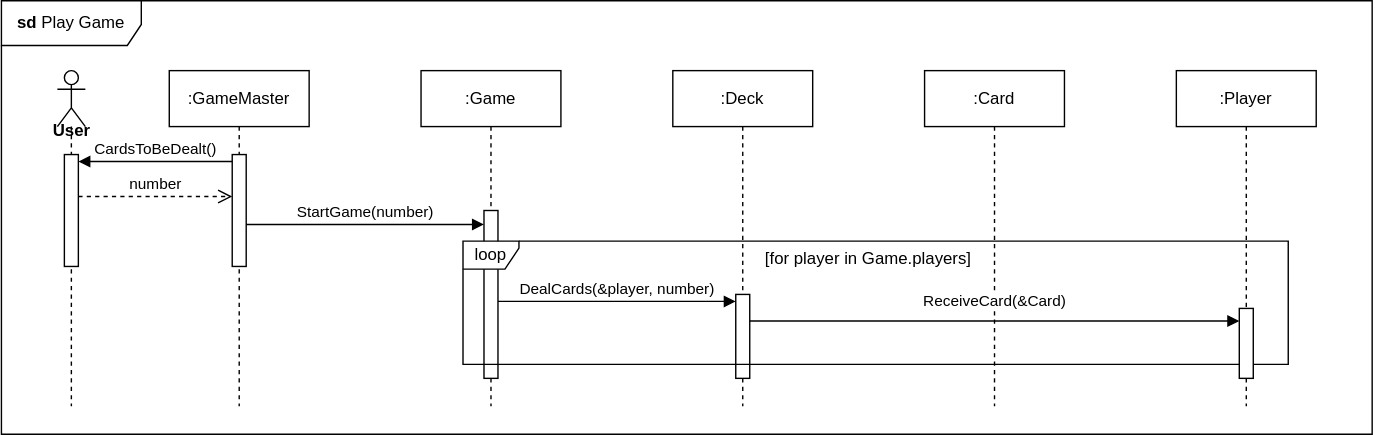
The draw.io diagram assets/sd Play Game.drawio.svg in Morsianeren/DeifExercisePublic, before a commit. Source tidied: cells renumbered, new cells last; positions are measured from the earlier drawing's top-left corner, leaving out a move shared by most shapes. Its diagram source:
```xml
<mxGraphModel>
  <root>
    <mxCell id="0" />
    <mxCell id="1" parent="0" />
    <mxCell id="2" value=":Game" style="shape=umlLifeline;perimeter=lifelinePerimeter;whiteSpace=wrap;html=1;newEdgeStyle={&quot;edgeStyle&quot;:&quot;elbowEdgeStyle&quot;,&quot;elbow&quot;:&quot;vertical&quot;,&quot;curved&quot;:0,&quot;rounded&quot;:0};" parent="1" vertex="1">
      <mxGeometry x="300" y="50" width="100" height="240" as="geometry" />
    </mxCell>
    <mxCell id="3" value=":Player" style="shape=umlLifeline;perimeter=lifelinePerimeter;whiteSpace=wrap;html=1;newEdgeStyle={&quot;edgeStyle&quot;:&quot;elbowEdgeStyle&quot;,&quot;elbow&quot;:&quot;vertical&quot;,&quot;curved&quot;:0,&quot;rounded&quot;:0};" parent="1" vertex="1">
      <mxGeometry x="840" y="50" width="100" height="240" as="geometry" />
    </mxCell>
    <mxCell id="4" style="html=1;points=[[0,0,0,0,5],[0,1,0,0,-5],[1,0,0,0,5],[1,1,0,0,-5]];perimeter=orthogonalPerimeter;outlineConnect=0;targetShapes=umlLifeline;portConstraint=eastwest;newEdgeStyle={&quot;curved&quot;:0,&quot;rounded&quot;:0};" parent="3" vertex="1">
      <mxGeometry x="-495" y="100" width="10" height="120" as="geometry" />
    </mxCell>
    <mxCell id="5" value=":Deck" style="shape=umlLifeline;perimeter=lifelinePerimeter;whiteSpace=wrap;html=1;outlineConnect=0;portConstraint=eastwest;newEdgeStyle={&quot;edgeStyle&quot;:&quot;elbowEdgeStyle&quot;,&quot;elbow&quot;:&quot;vertical&quot;,&quot;curved&quot;:0,&quot;rounded&quot;:0};" parent="1" vertex="1">
      <mxGeometry x="480" y="50" width="100" height="240" as="geometry" />
    </mxCell>
    <mxCell id="6" value=":Card" style="shape=umlLifeline;perimeter=lifelinePerimeter;whiteSpace=wrap;html=1;newEdgeStyle={&quot;edgeStyle&quot;:&quot;elbowEdgeStyle&quot;,&quot;elbow&quot;:&quot;vertical&quot;,&quot;curved&quot;:0,&quot;rounded&quot;:0};" parent="1" vertex="1">
      <mxGeometry x="660" y="50" width="100" height="240" as="geometry" />
    </mxCell>
    <mxCell id="7" style="html=1;points=[[0,0,0,0,5],[0,1,0,0,-5],[1,0,0,0,5],[1,1,0,0,-5]];perimeter=orthogonalPerimeter;outlineConnect=0;targetShapes=umlLifeline;portConstraint=eastwest;newEdgeStyle={&quot;curved&quot;:0,&quot;rounded&quot;:0};" parent="6" vertex="1">
      <mxGeometry x="-135" y="160" width="10" height="60" as="geometry" />
    </mxCell>
    <mxCell id="8" value=":GameMaster" style="shape=umlLifeline;perimeter=lifelinePerimeter;whiteSpace=wrap;html=1;outlineConnect=0;portConstraint=eastwest;newEdgeStyle={&quot;curved&quot;:0,&quot;rounded&quot;:0};" parent="1" vertex="1">
      <mxGeometry x="120" y="50" width="100" height="240" as="geometry" />
    </mxCell>
    <mxCell id="9" style="html=1;points=[[0,0,0,0,5],[0,1,0,0,-5],[1,0,0,0,5],[1,1,0,0,-5]];perimeter=orthogonalPerimeter;outlineConnect=0;targetShapes=umlLifeline;portConstraint=eastwest;newEdgeStyle={&quot;curved&quot;:0,&quot;rounded&quot;:0};" parent="8" vertex="1">
      <mxGeometry x="45" y="60" width="10" height="80" as="geometry" />
    </mxCell>
    <mxCell id="10" style="shape=umlLifeline;perimeter=lifelinePerimeter;whiteSpace=wrap;html=1;outlineConnect=0;portConstraint=eastwest;newEdgeStyle={&quot;curved&quot;:0,&quot;rounded&quot;:0};participant=umlActor;" parent="1" vertex="1">
      <mxGeometry x="40" y="50" width="20" height="240" as="geometry" />
    </mxCell>
    <mxCell id="11" style="html=1;points=[[0,0,0,0,5],[0,1,0,0,-5],[1,0,0,0,5],[1,1,0,0,-5]];perimeter=orthogonalPerimeter;outlineConnect=0;targetShapes=umlLifeline;portConstraint=eastwest;newEdgeStyle={&quot;curved&quot;:0,&quot;rounded&quot;:0};" parent="10" vertex="1">
      <mxGeometry x="5" y="60" width="10" height="80" as="geometry" />
    </mxCell>
    <mxCell id="12" value="User" style="text;align=center;fontStyle=1;verticalAlign=middle;spacingLeft=3;spacingRight=3;strokeColor=none;points=[[0,0.5],[1,0.5]];portConstraint=eastwest;html=1;" parent="1" vertex="1">
      <mxGeometry x="10" y="80" width="80" height="26" as="geometry" />
    </mxCell>
    <mxCell id="13" value="number" style="html=1;verticalAlign=bottom;endArrow=open;dashed=1;endSize=8;curved=0;rounded=0;" parent="1" edge="1">
      <mxGeometry relative="1" as="geometry">
        <mxPoint x="55" y="140" as="sourcePoint" />
        <mxPoint x="165" y="140" as="targetPoint" />
      </mxGeometry>
    </mxCell>
    <mxCell id="14" value="CardsToBeDealt()" style="html=1;verticalAlign=bottom;endArrow=block;curved=0;rounded=0;exitX=0;exitY=0;exitDx=0;exitDy=5;exitPerimeter=0;entryX=1;entryY=0;entryDx=0;entryDy=5;entryPerimeter=0;" parent="1" edge="1" source="9" target="11">
      <mxGeometry relative="1" as="geometry" />
    </mxCell>
    <mxCell id="15" value="StartGame(number)" style="html=1;verticalAlign=bottom;endArrow=block;curved=0;rounded=0;" parent="1" edge="1" target="4">
      <mxGeometry relative="1" as="geometry">
        <mxPoint x="175" y="160" as="sourcePoint" />
      </mxGeometry>
    </mxCell>
    <mxCell id="16" value="DealCards(&amp;amp;player, number)" style="html=1;verticalAlign=bottom;endArrow=block;curved=0;rounded=0;entryX=0;entryY=0;entryDx=0;entryDy=5;" parent="1" edge="1" source="4" target="7">
      <mxGeometry relative="1" as="geometry" />
    </mxCell>
    <mxCell id="17" style="group;" parent="1" vertex="1">
      <mxGeometry x="330" y="170" width="590" height="130" as="geometry" />
    </mxCell>
    <mxCell id="18" value="loop" style="shape=umlFrame;whiteSpace=wrap;html=1;width=40;height=20;" parent="17" vertex="1">
      <mxGeometry y="1.9" width="590" height="88.1" as="geometry" />
    </mxCell>
    <mxCell id="19" value="[for player in Game.players]" style="text;html=1;align=center;verticalAlign=middle;whiteSpace=wrap;rounded=0;" parent="17" vertex="1">
      <mxGeometry x="200" y="10" width="180" height="9.3" as="geometry" />
    </mxCell>
    <mxCell id="20" style="html=1;perimeter=orthogonalPerimeter;targetShapes=umlLifeline;newEdgeStyle={&quot;curved&quot;:0,&quot;rounded&quot;:0};" parent="17" vertex="1">
      <mxGeometry x="555" y="50" width="10" height="50" as="geometry" />
    </mxCell>
    <mxCell id="21" value="ReceiveCard(&amp;amp;Card)" style="html=1;verticalAlign=bottom;endArrow=block;curved=0;rounded=0;entryX=0;entryY=0;entryDx=0;entryDy=5;" parent="1" edge="1">
      <mxGeometry y="5" relative="1" as="geometry">
        <mxPoint x="535" y="229" as="sourcePoint" />
        <mxPoint x="885" y="229" as="targetPoint" />
      </mxGeometry>
    </mxCell>
    <mxCell id="22" value="&lt;b&gt;sd&lt;/b&gt;&amp;nbsp;Play Game" style="shape=umlFrame;whiteSpace=wrap;html=1;width=100;height=32;" parent="1" vertex="1">
      <mxGeometry width="980" height="310" as="geometry" />
    </mxCell>
  </root>
</mxGraphModel>
```
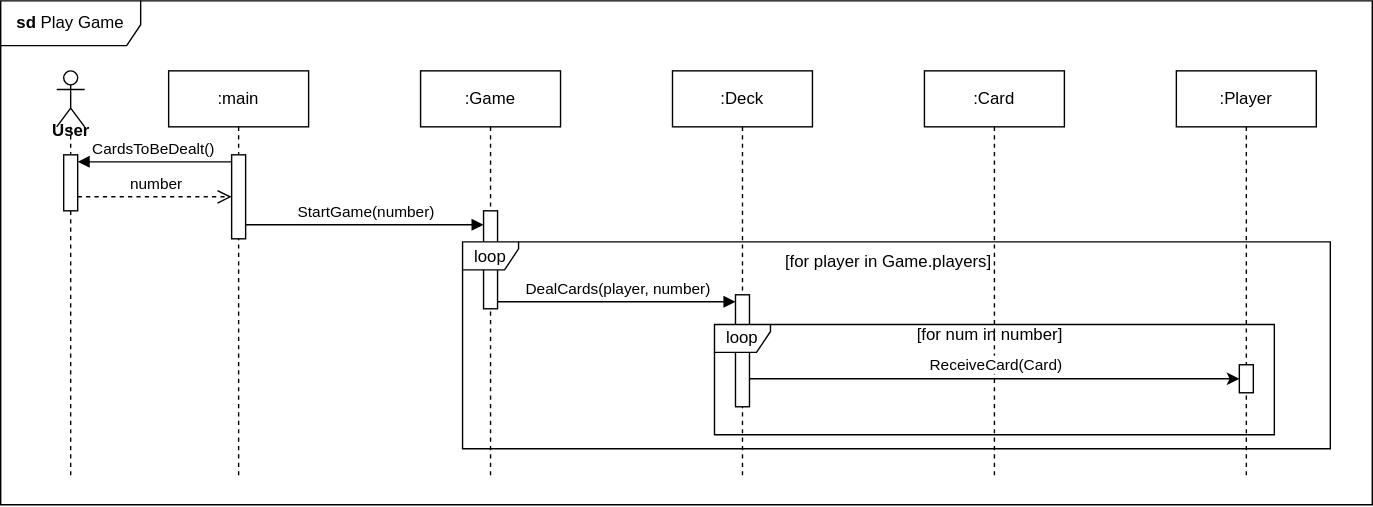
Above is the later version.

The edit, as a diff of the source:
```diff
@@ -3,75 +3,86 @@
     <mxCell id="0" />
     <mxCell id="1" parent="0" />
     <mxCell id="2" value=":Game" style="shape=umlLifeline;perimeter=lifelinePerimeter;whiteSpace=wrap;html=1;newEdgeStyle={&quot;edgeStyle&quot;:&quot;elbowEdgeStyle&quot;,&quot;elbow&quot;:&quot;vertical&quot;,&quot;curved&quot;:0,&quot;rounded&quot;:0};" parent="1" vertex="1">
-      <mxGeometry x="300" y="50" width="100" height="240" as="geometry" />
+      <mxGeometry x="300" y="50" width="100" height="290" as="geometry" />
     </mxCell>
     <mxCell id="3" value=":Player" style="shape=umlLifeline;perimeter=lifelinePerimeter;whiteSpace=wrap;html=1;newEdgeStyle={&quot;edgeStyle&quot;:&quot;elbowEdgeStyle&quot;,&quot;elbow&quot;:&quot;vertical&quot;,&quot;curved&quot;:0,&quot;rounded&quot;:0};" parent="1" vertex="1">
-      <mxGeometry x="840" y="50" width="100" height="240" as="geometry" />
+      <mxGeometry x="840" y="50" width="100" height="290" as="geometry" />
     </mxCell>
     <mxCell id="4" style="html=1;points=[[0,0,0,0,5],[0,1,0,0,-5],[1,0,0,0,5],[1,1,0,0,-5]];perimeter=orthogonalPerimeter;outlineConnect=0;targetShapes=umlLifeline;portConstraint=eastwest;newEdgeStyle={&quot;curved&quot;:0,&quot;rounded&quot;:0};" parent="3" vertex="1">
-      <mxGeometry x="-495" y="100" width="10" height="120" as="geometry" />
+      <mxGeometry x="-495" y="100" width="10" height="70" as="geometry" />
     </mxCell>
-    <mxCell id="5" value=":Deck" style="shape=umlLifeline;perimeter=lifelinePerimeter;whiteSpace=wrap;html=1;outlineConnect=0;portConstraint=eastwest;newEdgeStyle={&quot;edgeStyle&quot;:&quot;elbowEdgeStyle&quot;,&quot;elbow&quot;:&quot;vertical&quot;,&quot;curved&quot;:0,&quot;rounded&quot;:0};" parent="1" vertex="1">
-      <mxGeometry x="480" y="50" width="100" height="240" as="geometry" />
+    <mxCell id="5" style="html=1;points=[[0,0,0,0,5],[0,1,0,0,-5],[1,0,0,0,5],[1,1,0,0,-5]];perimeter=orthogonalPerimeter;outlineConnect=0;targetShapes=umlLifeline;portConstraint=eastwest;newEdgeStyle={&quot;curved&quot;:0,&quot;rounded&quot;:0};" parent="3" vertex="1">
+      <mxGeometry x="45" y="210" width="10" height="20" as="geometry" />
     </mxCell>
-    <mxCell id="6" value=":Card" style="shape=umlLifeline;perimeter=lifelinePerimeter;whiteSpace=wrap;html=1;newEdgeStyle={&quot;edgeStyle&quot;:&quot;elbowEdgeStyle&quot;,&quot;elbow&quot;:&quot;vertical&quot;,&quot;curved&quot;:0,&quot;rounded&quot;:0};" parent="1" vertex="1">
-      <mxGeometry x="660" y="50" width="100" height="240" as="geometry" />
+    <mxCell id="6" value=":Deck" style="shape=umlLifeline;perimeter=lifelinePerimeter;whiteSpace=wrap;html=1;newEdgeStyle={&quot;edgeStyle&quot;:&quot;elbowEdgeStyle&quot;,&quot;elbow&quot;:&quot;vertical&quot;,&quot;curved&quot;:0,&quot;rounded&quot;:0};" parent="1" vertex="1">
+      <mxGeometry x="480" y="50" width="100" height="290" as="geometry" />
     </mxCell>
-    <mxCell id="7" style="html=1;points=[[0,0,0,0,5],[0,1,0,0,-5],[1,0,0,0,5],[1,1,0,0,-5]];perimeter=orthogonalPerimeter;outlineConnect=0;targetShapes=umlLifeline;portConstraint=eastwest;newEdgeStyle={&quot;curved&quot;:0,&quot;rounded&quot;:0};" parent="6" vertex="1">
-      <mxGeometry x="-135" y="160" width="10" height="60" as="geometry" />
+    <mxCell id="7" value=":Card" style="shape=umlLifeline;perimeter=lifelinePerimeter;whiteSpace=wrap;html=1;outlineConnect=0;portConstraint=eastwest;newEdgeStyle={&quot;edgeStyle&quot;:&quot;elbowEdgeStyle&quot;,&quot;elbow&quot;:&quot;vertical&quot;,&quot;curved&quot;:0,&quot;rounded&quot;:0};" parent="1" vertex="1">
+      <mxGeometry x="660" y="50" width="100" height="290" as="geometry" />
     </mxCell>
-    <mxCell id="8" value=":GameMaster" style="shape=umlLifeline;perimeter=lifelinePerimeter;whiteSpace=wrap;html=1;outlineConnect=0;portConstraint=eastwest;newEdgeStyle={&quot;curved&quot;:0,&quot;rounded&quot;:0};" parent="1" vertex="1">
-      <mxGeometry x="120" y="50" width="100" height="240" as="geometry" />
+    <mxCell id="8" style="html=1;points=[[0,0,0,0,5],[0,1,0,0,-5],[1,0,0,0,5],[1,1,0,0,-5]];perimeter=orthogonalPerimeter;outlineConnect=0;targetShapes=umlLifeline;portConstraint=eastwest;newEdgeStyle={&quot;curved&quot;:0,&quot;rounded&quot;:0};" parent="7" vertex="1">
+      <mxGeometry x="-135" y="160" width="10" height="80" as="geometry" />
     </mxCell>
-    <mxCell id="9" style="html=1;points=[[0,0,0,0,5],[0,1,0,0,-5],[1,0,0,0,5],[1,1,0,0,-5]];perimeter=orthogonalPerimeter;outlineConnect=0;targetShapes=umlLifeline;portConstraint=eastwest;newEdgeStyle={&quot;curved&quot;:0,&quot;rounded&quot;:0};" parent="8" vertex="1">
-      <mxGeometry x="45" y="60" width="10" height="80" as="geometry" />
+    <mxCell id="9" value=":main" style="shape=umlLifeline;perimeter=lifelinePerimeter;whiteSpace=wrap;html=1;outlineConnect=0;portConstraint=eastwest;newEdgeStyle={&quot;curved&quot;:0,&quot;rounded&quot;:0};" parent="1" vertex="1">
+      <mxGeometry x="120" y="50" width="100" height="290" as="geometry" />
     </mxCell>
-    <mxCell id="10" style="shape=umlLifeline;perimeter=lifelinePerimeter;whiteSpace=wrap;html=1;outlineConnect=0;portConstraint=eastwest;newEdgeStyle={&quot;curved&quot;:0,&quot;rounded&quot;:0};participant=umlActor;" parent="1" vertex="1">
-      <mxGeometry x="40" y="50" width="20" height="240" as="geometry" />
+    <mxCell id="10" style="html=1;points=[[0,0,0,0,5],[0,1,0,0,-5],[1,0,0,0,5],[1,1,0,0,-5]];perimeter=orthogonalPerimeter;outlineConnect=0;targetShapes=umlLifeline;portConstraint=eastwest;newEdgeStyle={&quot;curved&quot;:0,&quot;rounded&quot;:0};" parent="9" vertex="1">
+      <mxGeometry x="45" y="60" width="10" height="60" as="geometry" />
     </mxCell>
-    <mxCell id="11" style="html=1;points=[[0,0,0,0,5],[0,1,0,0,-5],[1,0,0,0,5],[1,1,0,0,-5]];perimeter=orthogonalPerimeter;outlineConnect=0;targetShapes=umlLifeline;portConstraint=eastwest;newEdgeStyle={&quot;curved&quot;:0,&quot;rounded&quot;:0};" parent="10" vertex="1">
-      <mxGeometry x="5" y="60" width="10" height="80" as="geometry" />
+    <mxCell id="11" style="shape=umlLifeline;perimeter=lifelinePerimeter;whiteSpace=wrap;html=1;outlineConnect=0;portConstraint=eastwest;newEdgeStyle={&quot;curved&quot;:0,&quot;rounded&quot;:0};participant=umlActor;" parent="1" vertex="1">
+      <mxGeometry x="40" y="50" width="20" height="290" as="geometry" />
     </mxCell>
-    <mxCell id="12" value="User" style="text;align=center;fontStyle=1;verticalAlign=middle;spacingLeft=3;spacingRight=3;strokeColor=none;points=[[0,0.5],[1,0.5]];portConstraint=eastwest;html=1;" parent="1" vertex="1">
-      <mxGeometry x="10" y="80" width="80" height="26" as="geometry" />
+    <mxCell id="12" style="html=1;points=[[0,0,0,0,5],[0,1,0,0,-5],[1,0,0,0,5],[1,1,0,0,-5]];perimeter=orthogonalPerimeter;outlineConnect=0;targetShapes=umlLifeline;portConstraint=eastwest;newEdgeStyle={&quot;curved&quot;:0,&quot;rounded&quot;:0};" parent="11" vertex="1">
+      <mxGeometry x="5" y="60" width="10" height="40" as="geometry" />
     </mxCell>
-    <mxCell id="13" value="number" style="html=1;verticalAlign=bottom;endArrow=open;dashed=1;endSize=8;curved=0;rounded=0;" parent="1" edge="1">
-      <mxGeometry relative="1" as="geometry">
-        <mxPoint x="55" y="140" as="sourcePoint" />
-        <mxPoint x="165" y="140" as="targetPoint" />
-      </mxGeometry>
+    <mxCell id="13" value="User" style="text;align=center;fontStyle=1;verticalAlign=middle;spacingLeft=3;spacingRight=3;strokeColor=none;html=1;" parent="1" vertex="1">
+      <mxGeometry x="10" y="80" width="80" height="26" as="geometry" />
     </mxCell>
-    <mxCell id="14" value="CardsToBeDealt()" style="html=1;verticalAlign=bottom;endArrow=block;curved=0;rounded=0;exitX=0;exitY=0;exitDx=0;exitDy=5;exitPerimeter=0;entryX=1;entryY=0;entryDx=0;entryDy=5;entryPerimeter=0;" parent="1" edge="1" source="9" target="11">
-      <mxGeometry relative="1" as="geometry" />
+    <mxCell id="14" value="number" style="html=1;verticalAlign=bottom;endArrow=open;dashed=1;endSize=8;curved=0;rounded=0;" parent="1" edge="1">
+      <mxGeometry relative="1" as="geometry">
+        <mxPoint x="55" y="140" as="sourcePoint" />
+        <mxPoint x="165" y="140" as="targetPoint" />
+      </mxGeometry>
     </mxCell>
-    <mxCell id="15" value="StartGame(number)" style="html=1;verticalAlign=bottom;endArrow=block;curved=0;rounded=0;" parent="1" edge="1" target="4">
-      <mxGeometry relative="1" as="geometry">
-        <mxPoint x="175" y="160" as="sourcePoint" />
-      </mxGeometry>
+    <mxCell id="15" value="CardsToBeDealt()" style="html=1;verticalAlign=bottom;endArrow=block;curved=0;rounded=0;exitX=0;exitY=0;exitDx=0;exitDy=5;exitPerimeter=0;entryX=1;entryY=0;entryDx=0;entryDy=5;entryPerimeter=0;" parent="1" edge="1" source="10" target="12">
+      <mxGeometry relative="1" as="geometry" />
     </mxCell>
-    <mxCell id="16" value="DealCards(&amp;amp;player, number)" style="html=1;verticalAlign=bottom;endArrow=block;curved=0;rounded=0;entryX=0;entryY=0;entryDx=0;entryDy=5;" parent="1" edge="1" source="4" target="7">
-      <mxGeometry relative="1" as="geometry" />
+    <mxCell id="16" value="StartGame(number)" style="html=1;verticalAlign=bottom;endArrow=block;curved=0;rounded=0;" parent="1" edge="1" target="4">
+      <mxGeometry relative="1" as="geometry">
+        <mxPoint x="175" y="160" as="sourcePoint" />
+      </mxGeometry>
     </mxCell>
-    <mxCell id="17" style="group;" parent="1" vertex="1">
-      <mxGeometry x="330" y="170" width="590" height="130" as="geometry" />
+    <mxCell id="17" value="DealCards(player, number)" style="html=1;verticalAlign=bottom;endArrow=block;curved=0;rounded=0;entryX=0;entryY=0;entryDx=0;entryDy=5;" parent="1" edge="1" source="4" target="8">
+      <mxGeometry relative="1" as="geometry" />
     </mxCell>
-    <mxCell id="18" value="loop" style="shape=umlFrame;whiteSpace=wrap;html=1;width=40;height=20;" parent="17" vertex="1">
-      <mxGeometry y="1.9" width="590" height="88.1" as="geometry" />
+    <mxCell id="18" style="group;" parent="1" vertex="1">
+      <mxGeometry x="330" y="170" width="620" height="150" as="geometry" />
     </mxCell>
-    <mxCell id="19" value="[for player in Game.players]" style="text;html=1;align=center;verticalAlign=middle;whiteSpace=wrap;rounded=0;" parent="17" vertex="1">
-      <mxGeometry x="200" y="10" width="180" height="9.3" as="geometry" />
+    <mxCell id="19" value="loop" style="shape=umlFrame;whiteSpace=wrap;html=1;width=40;height=20;" parent="18" vertex="1">
+      <mxGeometry y="2.2" width="620" height="147.8" as="geometry" />
     </mxCell>
-    <mxCell id="20" style="html=1;perimeter=orthogonalPerimeter;targetShapes=umlLifeline;newEdgeStyle={&quot;curved&quot;:0,&quot;rounded&quot;:0};" parent="17" vertex="1">
-      <mxGeometry x="555" y="50" width="10" height="50" as="geometry" />
+    <mxCell id="20" value="[for player in Game.players]" style="text;html=1;align=center;verticalAlign=middle;whiteSpace=wrap;rounded=0;" parent="18" vertex="1">
+      <mxGeometry x="210.2" y="11.5" width="189.2" height="10.8" as="geometry" />
     </mxCell>
-    <mxCell id="21" value="ReceiveCard(&amp;amp;Card)" style="html=1;verticalAlign=bottom;endArrow=block;curved=0;rounded=0;entryX=0;entryY=0;entryDx=0;entryDy=5;" parent="1" edge="1">
-      <mxGeometry y="5" relative="1" as="geometry">
-        <mxPoint x="535" y="229" as="sourcePoint" />
-        <mxPoint x="885" y="229" as="targetPoint" />
-      </mxGeometry>
+    <mxCell id="21" value="&lt;b&gt;sd&lt;/b&gt;&amp;nbsp;Play Game" style="shape=umlFrame;whiteSpace=wrap;html=1;width=100;height=32;" parent="1" vertex="1">
+      <mxGeometry width="980" height="360" as="geometry" />
     </mxCell>
-    <mxCell id="22" value="&lt;b&gt;sd&lt;/b&gt;&amp;nbsp;Play Game" style="shape=umlFrame;whiteSpace=wrap;html=1;width=100;height=32;" parent="1" vertex="1">
-      <mxGeometry width="980" height="310" as="geometry" />
+    <mxCell id="22" value="ReceiveCard(Card)" style="edgeStyle=orthogonalEdgeStyle;rounded=0;jettySize=auto;html=1;curved=0;" parent="1" edge="1" source="8" target="5">
+      <mxGeometry y="10" relative="1" as="geometry">
+        <Array as="points">
+          <mxPoint x="620" y="270" />
+          <mxPoint x="620" y="270" />
+        </Array>
+      </mxGeometry>
     </mxCell>
+    <mxCell id="23" style="group;" parent="1" vertex="1">
+      <mxGeometry x="510" y="230" width="400" height="80" as="geometry" />
+    </mxCell>
+    <mxCell id="24" value="loop" style="shape=umlFrame;whiteSpace=wrap;html=1;width=40;height=20;" parent="23" vertex="1">
+      <mxGeometry y="1.2" width="400" height="78.8" as="geometry" />
+    </mxCell>
+    <mxCell id="25" value="[for num in number]" style="text;html=1;align=center;verticalAlign=middle;whiteSpace=wrap;rounded=0;" parent="23" vertex="1">
+      <mxGeometry x="135.6" y="6.2" width="122" height="5.7" as="geometry" />
+    </mxCell>
   </root>
 </mxGraphModel>
```
